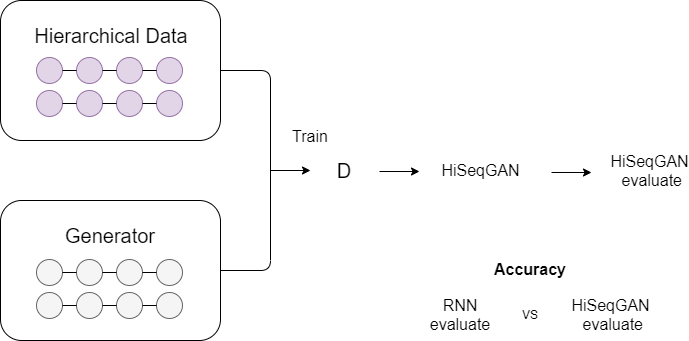
Earlier version of the draw.io export image/Accurate.png (lina2360/HiSeqGan). Source tidied: cells renumbered, new cells last; positions are measured from the earlier drawing's top-left corner, leaving out a move shared by most shapes.
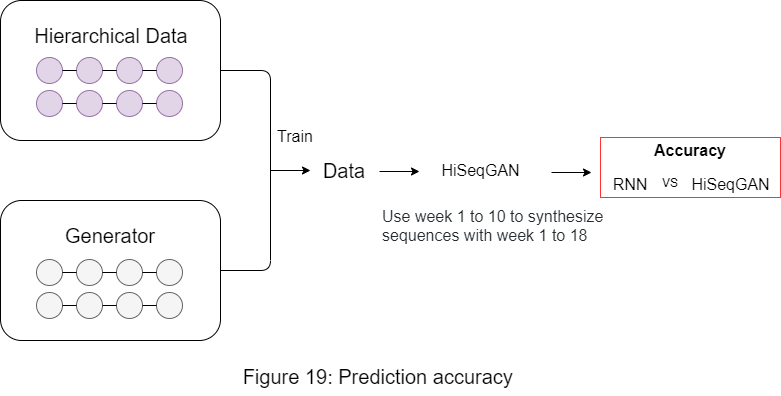
The same diagram one commit later.

Change to the diagram source:
```diff
@@ -23,9 +23,9 @@
       </mxGeometry>
     </mxCell>
     <mxCell id="6" value="&lt;font style=&quot;font-size: 16px&quot;&gt;Train&lt;/font&gt;" style="text;html=1;strokeColor=none;fillColor=none;align=center;verticalAlign=middle;whiteSpace=wrap;rounded=0;" parent="1" vertex="1">
-      <mxGeometry x="290" y="126" width="40" height="20" as="geometry" />
+      <mxGeometry x="275" y="126" width="40" height="20" as="geometry" />
     </mxCell>
-    <mxCell id="7" value="&lt;font style=&quot;font-size: 20px&quot;&gt;D&lt;/font&gt;" style="text;html=1;strokeColor=none;fillColor=none;align=center;verticalAlign=middle;whiteSpace=wrap;rounded=0;dashed=1;" parent="1" vertex="1">
+    <mxCell id="7" value="&lt;span style=&quot;font-size: 20px&quot;&gt;Data&lt;/span&gt;" style="text;html=1;strokeColor=none;fillColor=none;align=center;verticalAlign=middle;whiteSpace=wrap;rounded=0;dashed=1;" parent="1" vertex="1">
       <mxGeometry x="324" y="160" width="40" height="20" as="geometry" />
     </mxCell>
     <mxCell id="8" value="&lt;font style=&quot;font-size: 20px&quot;&gt;Hierarchical Data&lt;/font&gt;" style="text;html=1;strokeColor=none;fillColor=none;align=center;verticalAlign=middle;whiteSpace=wrap;rounded=0;dashed=1;" parent="1" vertex="1">
@@ -133,20 +133,26 @@
         <mxPoint x="591" y="172" as="targetPoint" />
       </mxGeometry>
     </mxCell>
-    <mxCell id="41" value="&lt;span style=&quot;font-size: 16px&quot;&gt;HiSeqGAN&lt;br&gt;&lt;/span&gt;&lt;span style=&quot;font-size: 16px&quot;&gt;&amp;nbsp;evaluate&lt;/span&gt;" style="text;html=1;strokeColor=none;fillColor=none;align=center;verticalAlign=middle;whiteSpace=wrap;rounded=0;" parent="1" vertex="1">
-      <mxGeometry x="629" y="160" width="41" height="20" as="geometry" />
-    </mxCell>
-    <mxCell id="42" value="&lt;span style=&quot;font-size: 16px&quot;&gt;HiSeqGAN&lt;br&gt;&lt;/span&gt;&lt;span style=&quot;font-size: 16px&quot;&gt;&amp;nbsp;evaluate&lt;/span&gt;" style="text;html=1;strokeColor=none;fillColor=none;align=center;verticalAlign=middle;whiteSpace=wrap;rounded=0;" parent="1" vertex="1">
-      <mxGeometry x="590" y="304" width="41" height="20" as="geometry" />
+    <mxCell id="42" value="&lt;span style=&quot;font-size: 16px&quot;&gt;HiSeqGAN&lt;/span&gt;" style="text;html=1;strokeColor=none;fillColor=none;align=center;verticalAlign=middle;whiteSpace=wrap;rounded=0;" parent="1" vertex="1">
+      <mxGeometry x="710" y="174" width="41" height="20" as="geometry" />
     </mxCell>
     <mxCell id="43" value="VS" style="text;html=1;strokeColor=none;fillColor=none;align=center;verticalAlign=middle;whiteSpace=wrap;rounded=0;" parent="1" vertex="1">
-      <mxGeometry x="510" y="304" width="40" height="20" as="geometry" />
+      <mxGeometry x="650" y="170" width="40" height="24" as="geometry" />
     </mxCell>
-    <mxCell id="44" value="&lt;span style=&quot;font-size: 16px&quot;&gt;RNN evaluate&lt;/span&gt;" style="text;html=1;strokeColor=none;fillColor=none;align=center;verticalAlign=middle;whiteSpace=wrap;rounded=0;" parent="1" vertex="1">
-      <mxGeometry x="440" y="304" width="40" height="20" as="geometry" />
+    <mxCell id="44" value="&lt;span style=&quot;font-size: 16px&quot;&gt;RNN&lt;/span&gt;" style="text;html=1;strokeColor=none;fillColor=none;align=center;verticalAlign=middle;whiteSpace=wrap;rounded=0;" parent="1" vertex="1">
+      <mxGeometry x="610" y="174" width="40" height="20" as="geometry" />
     </mxCell>
     <mxCell id="45" value="&lt;font style=&quot;font-size: 16px&quot;&gt;&lt;b&gt;Accuracy&lt;/b&gt;&lt;/font&gt;" style="text;html=1;strokeColor=none;fillColor=none;align=center;verticalAlign=middle;whiteSpace=wrap;rounded=0;" parent="1" vertex="1">
-      <mxGeometry x="490" y="259" width="80" height="20" as="geometry" />
+      <mxGeometry x="650" y="140" width="80" height="20" as="geometry" />
     </mxCell>
+    <mxCell id="46" value="&lt;span style=&quot;color: rgb(36 , 41 , 46) ; font-size: 16px ; font-style: normal ; font-weight: 400 ; letter-spacing: normal ; text-align: left ; text-indent: 0px ; text-transform: none ; word-spacing: 0px ; background-color: rgb(255 , 255 , 255) ; display: inline ; float: none&quot;&gt;Use week 1 to 10 to synthesize sequences with week 1 to 18&lt;/span&gt;" style="text;whiteSpace=wrap;html=1;" parent="1" vertex="1">
+      <mxGeometry x="380" y="200" width="230" height="30" as="geometry" />
+    </mxCell>
+    <mxCell id="47" style="rounded=0;whiteSpace=wrap;html=1;strokeColor=#FF3333;fillColor=none;" parent="1" vertex="1">
+      <mxGeometry x="600" y="137" width="180" height="60" as="geometry" />
+    </mxCell>
+    <mxCell id="48" value="&lt;font style=&quot;font-size: 20px&quot;&gt;Figure 19: Prediction accuracy&amp;nbsp;&lt;/font&gt;" style="text;html=1;strokeColor=none;fillColor=none;align=center;verticalAlign=middle;whiteSpace=wrap;rounded=0;" parent="1" vertex="1">
+      <mxGeometry x="200" y="357" width="361" height="38" as="geometry" />
+    </mxCell>
   </root>
 </mxGraphModel>
```
